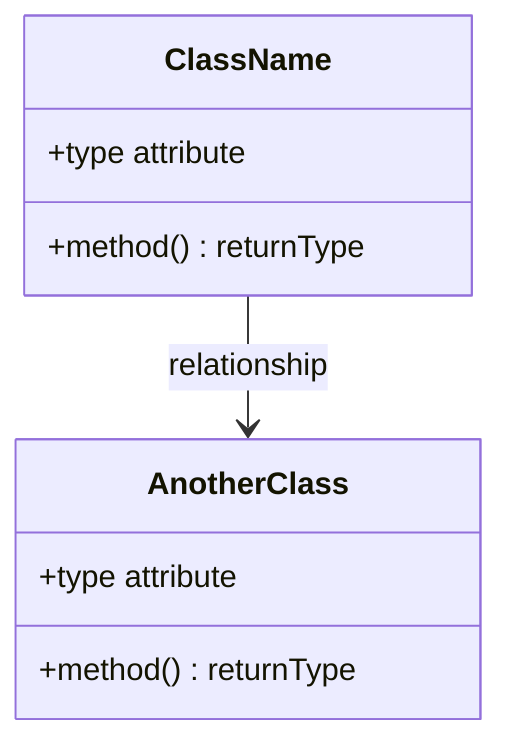
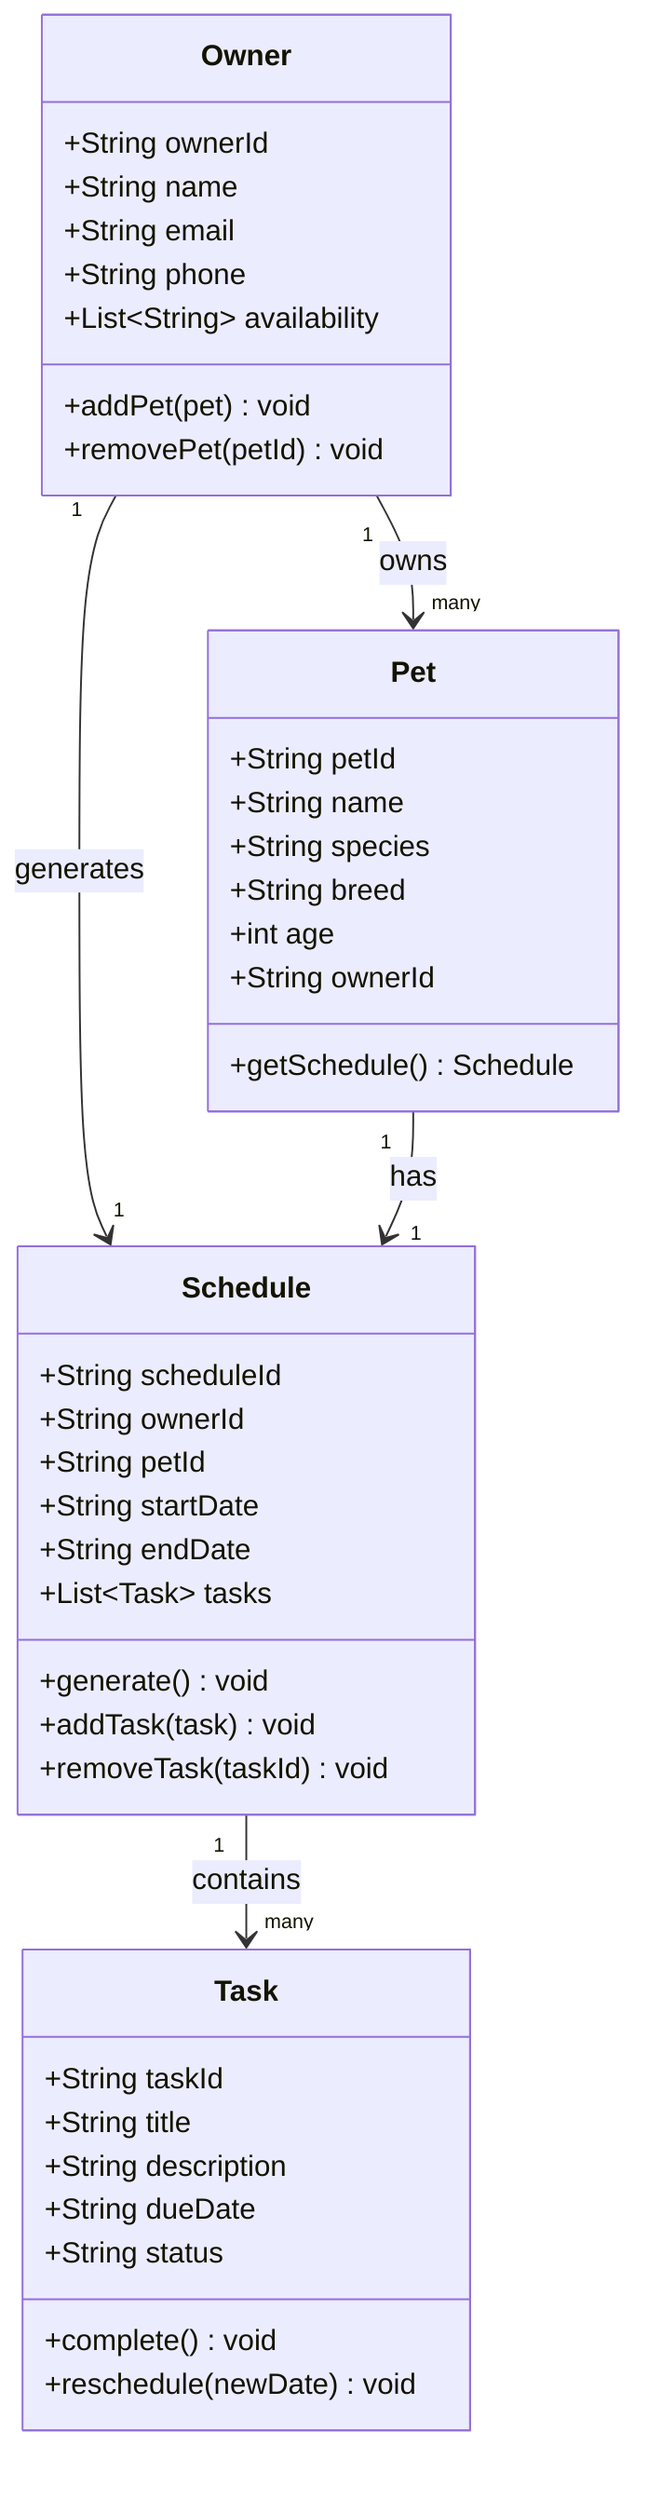
classDiagram
-     %% Replace the placeholders below with your actual classes, attributes, methods, and relationships.
-     %% Keep this file updated so it matches your final implementation.
- 
-     class ClassName {
-         +type attribute
-         +method() returnType
+     class Owner {
+         +String ownerId
+         +String name
+         +String email
+         +String phone
+         +List~String~ availability
+         +addPet(pet) void
+         +removePet(petId) void
    }

-     class AnotherClass {
-         +type attribute
-         +method() returnType
+     class Pet {
+         +String petId
+         +String name
+         +String species
+         +String breed
+         +int age
+         +String ownerId
+         +getSchedule() Schedule
    }

-     ClassName --> AnotherClass : relationship
+     class Task {
+         +String taskId
+         +String title
+         +String description
+         +String dueDate
+         +String status
+         +complete() void
+         +reschedule(newDate) void
+     }
+ 
+     class Schedule {
+         +String scheduleId
+         +String ownerId
+         +String petId
+         +String startDate
+         +String endDate
+         +List~Task~ tasks
+         +generate() void
+         +addTask(task) void
+         +removeTask(taskId) void
+     }
+ 
+     Owner "1" --> "many" Pet : owns
+     Owner "1" --> "1" Schedule : generates
+     Pet "1" --> "1" Schedule : has
+     Schedule "1" --> "many" Task : contains
